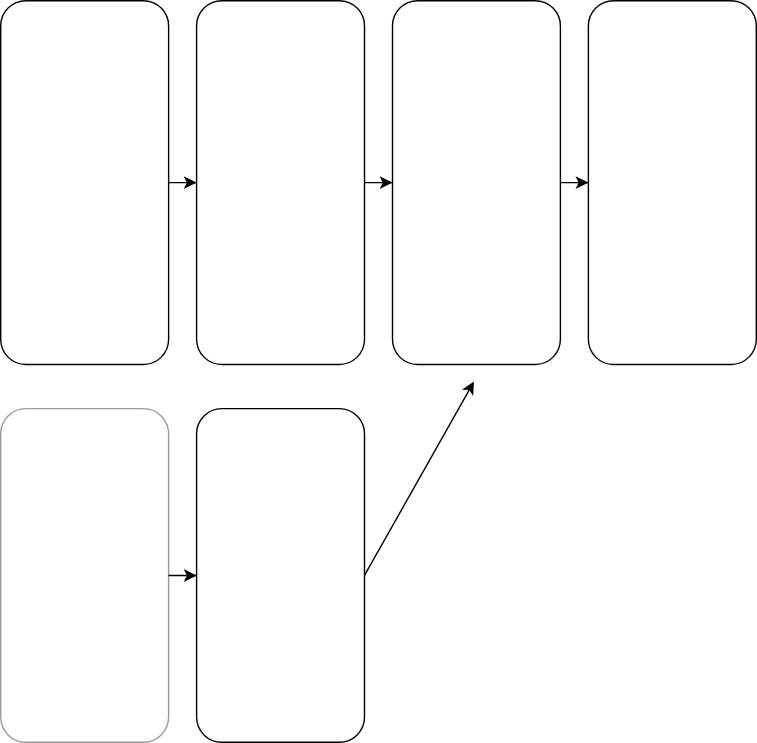
The draw.io diagram 7 Intervention Mapping I - Bedarfsanalyse und logisches Modell des Problems/logisches_modell_problem_leer.svg in Enno-W/Modul-08-006-0007, before a commit. Source tidied: cells renumbered, new cells last; positions are measured from the earlier drawing's top-left corner, leaving out a move shared by most shapes. The source it was exported from:
```xml
<mxGraphModel>
  <root>
    <mxCell id="0" />
    <mxCell id="1" parent="0" />
    <mxCell id="2" style="edgeStyle=orthogonalEdgeStyle;rounded=0;jettySize=auto;html=1;" parent="1" edge="1" source="3" target="7">
      <mxGeometry relative="1" as="geometry" />
    </mxCell>
    <mxCell id="3" style="rounded=1;whiteSpace=wrap;html=1;fillColor=none;" parent="1" vertex="1">
      <mxGeometry width="120" height="260" as="geometry" />
    </mxCell>
    <mxCell id="4" style="edgeStyle=orthogonalEdgeStyle;rounded=0;jettySize=auto;html=1;" parent="1" edge="1" source="5" target="8">
      <mxGeometry relative="1" as="geometry" />
    </mxCell>
    <mxCell id="5" style="rounded=1;whiteSpace=wrap;html=1;fillColor=none;opacity=40;" parent="1" vertex="1">
      <mxGeometry y="291.5" width="120" height="238.5" as="geometry" />
    </mxCell>
    <mxCell id="6" style="edgeStyle=orthogonalEdgeStyle;rounded=0;jettySize=auto;html=1;" parent="1" edge="1" source="7" target="11">
      <mxGeometry relative="1" as="geometry" />
    </mxCell>
    <mxCell id="7" style="rounded=1;whiteSpace=wrap;html=1;fillColor=none;" parent="1" vertex="1">
      <mxGeometry x="140" width="120" height="260" as="geometry" />
    </mxCell>
    <mxCell id="8" style="rounded=1;whiteSpace=wrap;html=1;fillColor=none;" parent="1" vertex="1">
      <mxGeometry x="140" y="291.5" width="120" height="238.5" as="geometry" />
    </mxCell>
    <mxCell id="9" style="rounded=1;whiteSpace=wrap;html=1;fillColor=none;" parent="1" vertex="1">
      <mxGeometry x="420" width="120" height="260" as="geometry" />
    </mxCell>
    <mxCell id="10" style="edgeStyle=orthogonalEdgeStyle;rounded=0;jettySize=auto;html=1;" parent="1" edge="1" source="11" target="9">
      <mxGeometry relative="1" as="geometry" />
    </mxCell>
    <mxCell id="11" style="rounded=1;whiteSpace=wrap;html=1;fillColor=none;" parent="1" vertex="1">
      <mxGeometry x="280" width="120" height="260" as="geometry" />
    </mxCell>
    <mxCell id="12" style="rounded=0;jettySize=auto;html=1;entryX=0.485;entryY=1.047;entryDx=0;entryDy=0;entryPerimeter=0;exitX=1;exitY=0.5;exitDx=0;exitDy=0;" parent="1" edge="1" source="8" target="11">
      <mxGeometry relative="1" as="geometry" />
    </mxCell>
  </root>
</mxGraphModel>
```
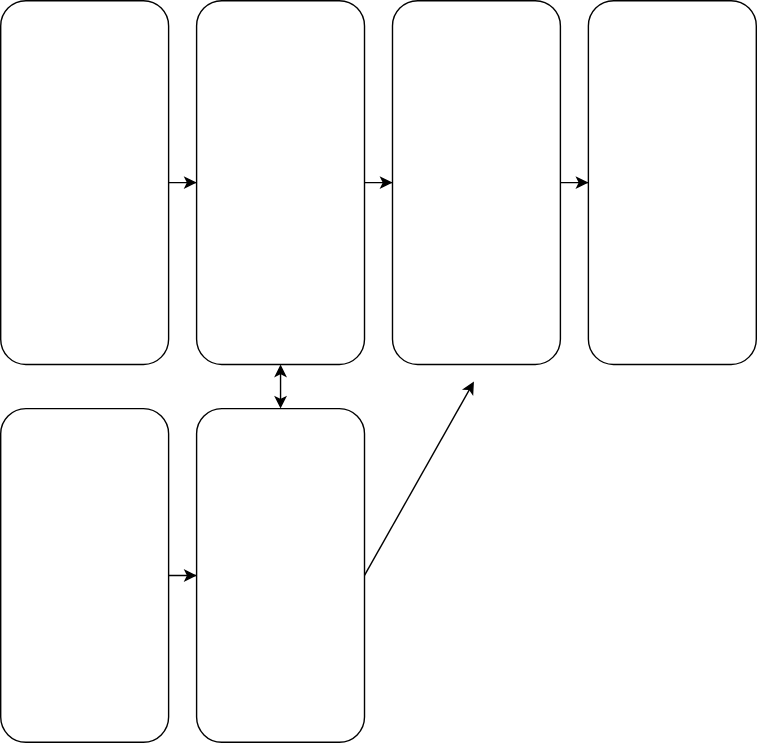
The same file after the commit.

What changed in the source:
```diff
@@ -11,7 +11,7 @@
     <mxCell id="4" style="edgeStyle=orthogonalEdgeStyle;rounded=0;jettySize=auto;html=1;" parent="1" edge="1" source="5" target="8">
       <mxGeometry relative="1" as="geometry" />
     </mxCell>
-    <mxCell id="5" style="rounded=1;whiteSpace=wrap;html=1;fillColor=none;opacity=40;" parent="1" vertex="1">
+    <mxCell id="5" style="rounded=1;whiteSpace=wrap;html=1;fillColor=none;" parent="1" vertex="1">
       <mxGeometry y="291.5" width="120" height="238.5" as="geometry" />
     </mxCell>
     <mxCell id="6" style="edgeStyle=orthogonalEdgeStyle;rounded=0;jettySize=auto;html=1;" parent="1" edge="1" source="7" target="11">
@@ -35,5 +35,8 @@
     <mxCell id="12" style="rounded=0;jettySize=auto;html=1;entryX=0.485;entryY=1.047;entryDx=0;entryDy=0;entryPerimeter=0;exitX=1;exitY=0.5;exitDx=0;exitDy=0;" parent="1" edge="1" source="8" target="11">
       <mxGeometry relative="1" as="geometry" />
     </mxCell>
+    <mxCell id="13" style="endArrow=classic;startArrow=classic;html=1;rounded=0;entryX=0.5;entryY=1;entryDx=0;entryDy=0;exitX=0.5;exitY=0;exitDx=0;exitDy=0;" parent="1" edge="1" source="8" target="7">
+      <mxGeometry relative="1" as="geometry" />
+    </mxCell>
   </root>
 </mxGraphModel>
```
